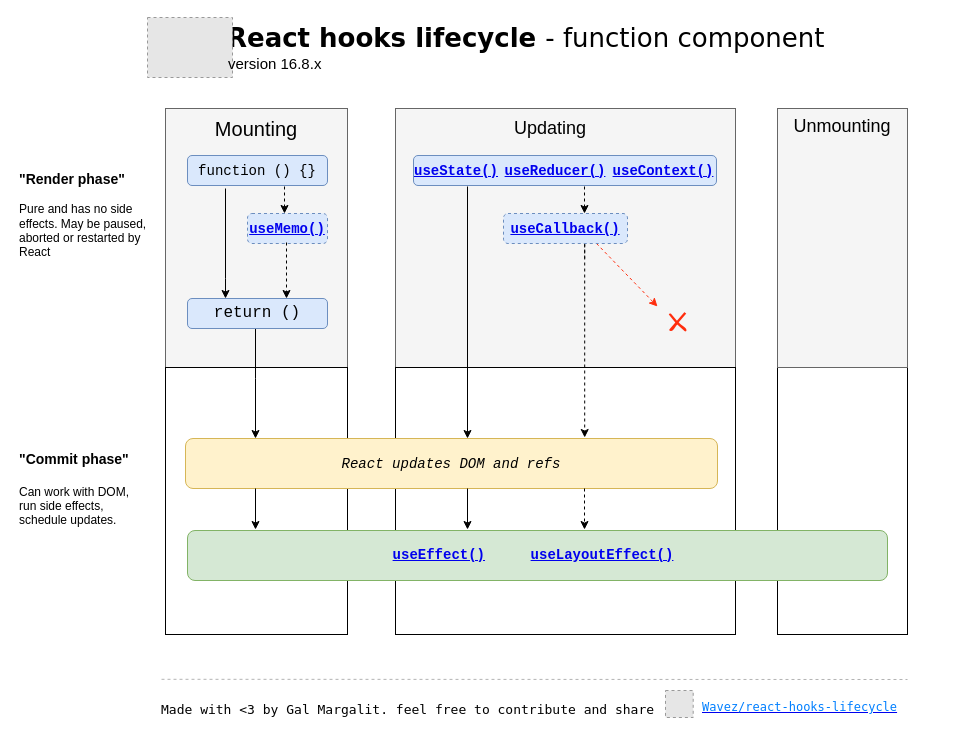
Above: chart.drawio in Wavez/react-hooks-lifecycle (draw.io), before the change. Source tidied: cells renumbered, new cells numbered last; positions are measured from the earlier drawing's top-left corner, leaving out a move shared by most shapes. Both pictures are drawn from the tidied source at 100%, with x=0, y=0 at pixel (17, 17). Pictures stored in the file or linked from it are replaced by grey dashed boxes.
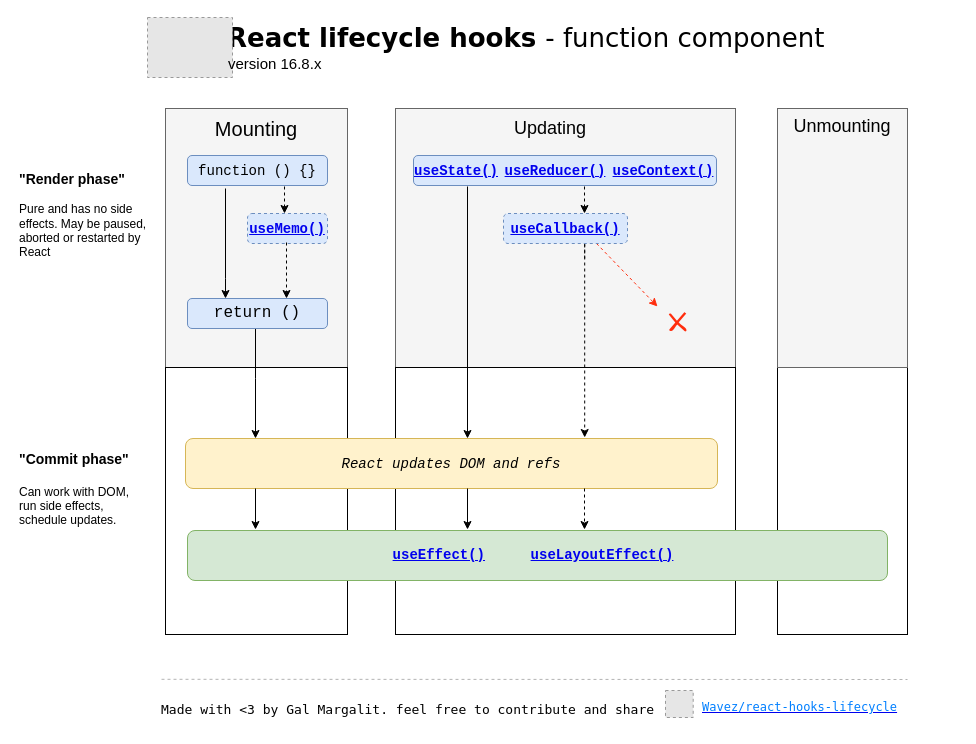
The same diagram, later.

Change to the diagram source:
```diff
@@
-    <mxCell id="10" value="&lt;font style=&quot;font-size: 26px&quot;&gt;React hooks lifecycle &lt;span style=&quot;font-weight: normal&quot;&gt;- &lt;/span&gt;&lt;span style=&quot;font-weight: normal&quot;&gt;function component&lt;/span&gt;&lt;/font&gt;" style="text;html=1;align=left;verticalAlign=top;spacingTop=-4;fontFamily=Verdana;fontStyle=1;" parent="1" vertex="1">
+    <mxCell id="10" value="&lt;font style=&quot;font-size: 26px&quot;&gt;React lifecycle hooks&amp;nbsp;&lt;span style=&quot;font-weight: normal&quot;&gt;- &lt;/span&gt;&lt;span style=&quot;font-weight: normal&quot;&gt;function component&lt;/span&gt;&lt;/font&gt;" style="text;html=1;align=left;verticalAlign=top;spacingTop=-4;fontFamily=Verdana;fontStyle=1;" parent="1" vertex="1">
       <mxGeometry x="208" y="3" width="580" height="20" as="geometry" />
     </mxCell>
```
